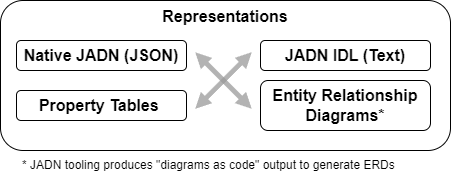
Above: images/JADN-Representations.drawio.png in oasis-tcs/openc2-jadn-im (draw.io), before the change. Source tidied: cells renumbered, new cells last; positions are measured from the earlier drawing's top-left corner, leaving out a move shared by most shapes.
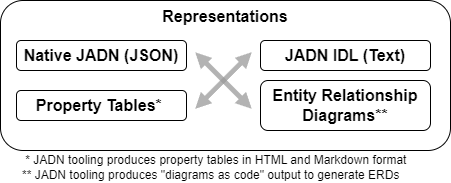
After the commit.

Commit message:
update representations diagram

What changed in the source:
```diff
@@ -11,10 +11,10 @@
     <mxCell id="4" value="JADN IDL (Text)" style="rounded=1;whiteSpace=wrap;html=1;shadow=0;fontSize=16;fillColor=default;fontStyle=1;" parent="1" vertex="1">
       <mxGeometry x="260" y="40" width="170" height="30" as="geometry" />
     </mxCell>
-    <mxCell id="5" value="Property Tables&amp;nbsp;" style="rounded=1;whiteSpace=wrap;html=1;shadow=0;fontSize=16;fillColor=default;fontStyle=1;" parent="1" vertex="1">
+    <mxCell id="5" value="Property Tables*&amp;nbsp;" style="rounded=1;whiteSpace=wrap;html=1;shadow=0;fontSize=16;fillColor=default;fontStyle=1;" parent="1" vertex="1">
       <mxGeometry x="16" y="90" width="170" height="30" as="geometry" />
     </mxCell>
-    <mxCell id="6" value="Entity Relationship Diagrams*" style="rounded=1;whiteSpace=wrap;html=1;shadow=0;fontSize=16;fillColor=default;fontStyle=1;" parent="1" vertex="1">
+    <mxCell id="6" value="Entity Relationship Diagrams**" style="rounded=1;whiteSpace=wrap;html=1;shadow=0;fontSize=16;fillColor=default;fontStyle=1;" parent="1" vertex="1">
       <mxGeometry x="260" y="80" width="170" height="50" as="geometry" />
     </mxCell>
     <mxCell id="7" style="group;rotation=90;" parent="1" vertex="1">
@@ -26,8 +26,8 @@
     <mxCell id="9" style="shape=doubleArrow;whiteSpace=wrap;html=1;fillColor=#999999;strokeColor=none;opacity=75;rotation=45;" parent="7" vertex="1">
       <mxGeometry y="32" width="80" height="16" as="geometry" />
     </mxCell>
-    <mxCell id="10" value="* JADN tooling produces &quot;diagrams as code&quot; output to generate ERDs" style="text;html=1;align=left;verticalAlign=middle;whiteSpace=wrap;rounded=0;" parent="1" vertex="1">
-      <mxGeometry x="20" y="150" width="410" height="30" as="geometry" />
+    <mxCell id="10" value="&lt;div&gt;&amp;nbsp;* JADN tooling produces property tables in HTML and Markdown format&lt;/div&gt;** JADN tooling produces &quot;diagrams as code&quot; output to generate ERDs" style="text;html=1;align=left;verticalAlign=middle;whiteSpace=wrap;rounded=0;" parent="1" vertex="1">
+      <mxGeometry x="20" y="152" width="410" height="30" as="geometry" />
     </mxCell>
   </root>
 </mxGraphModel>
```
